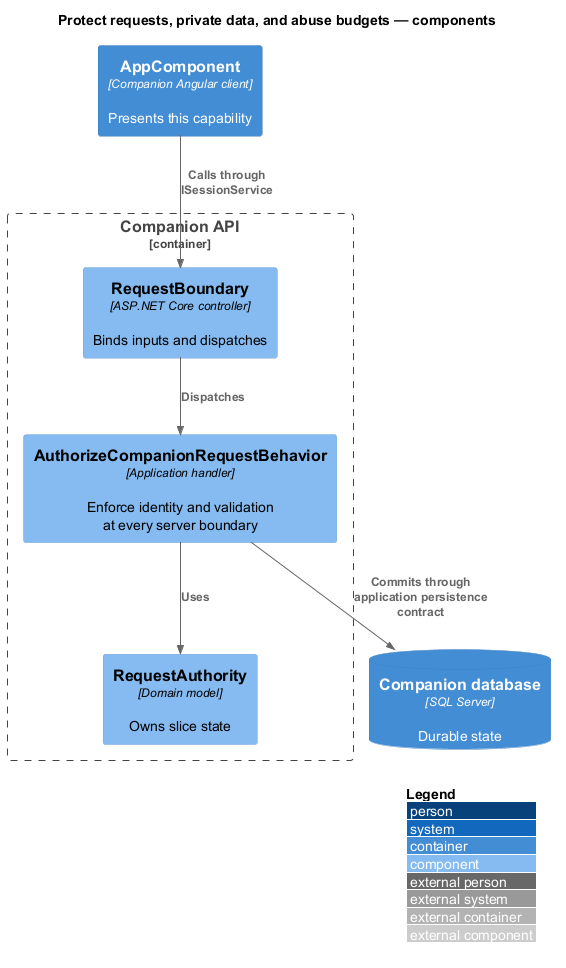
QuinntyneBrown/faithtech-toronto-ai-build-event keeps this PlantUML diagram as docs/detailed-designs/access/protect-requests-and-private-data/diagrams/c4-component.png. Above is the earlier version.
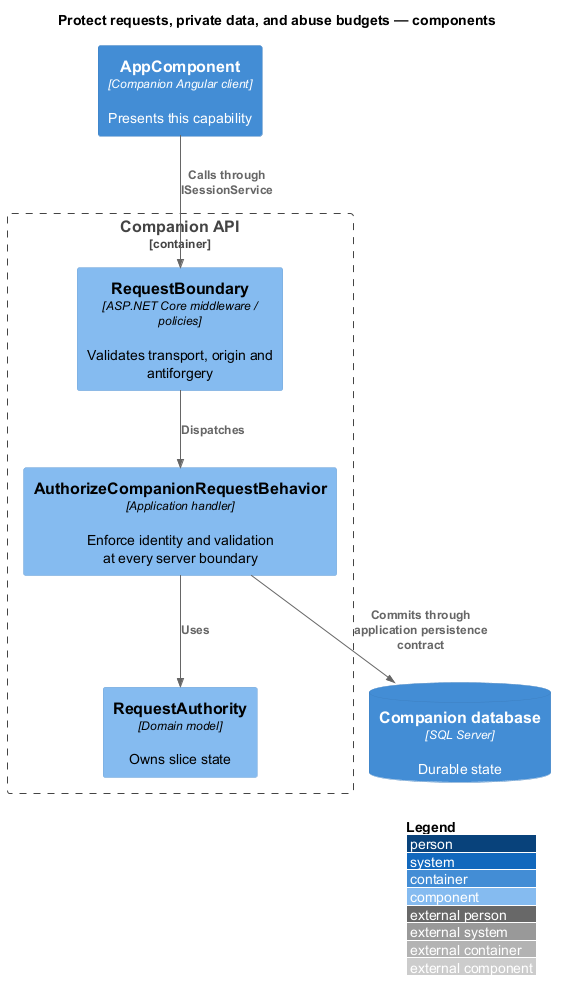
The same file after the commit.

What changed in the source:
```diff
@@ -4,7 +4,7 @@
 title Protect requests, private data, and abuse budgets — components
 Container(client, "AppComponent", "Companion Angular client", "Presents this capability")
 Container_Boundary(api, "Companion API") {
-Component(entry, "RequestBoundary", "ASP.NET Core controller", "Binds inputs and dispatches")
+Component(entry, "RequestBoundary", "ASP.NET Core middleware / policies", "Validates transport, origin and antiforgery")
 Component(handler, "AuthorizeCompanionRequestBehavior", "Application handler", "Enforce identity and validation at every server boundary")
 Component(entity, "RequestAuthority", "Domain model", "Owns slice state")
 }
```
